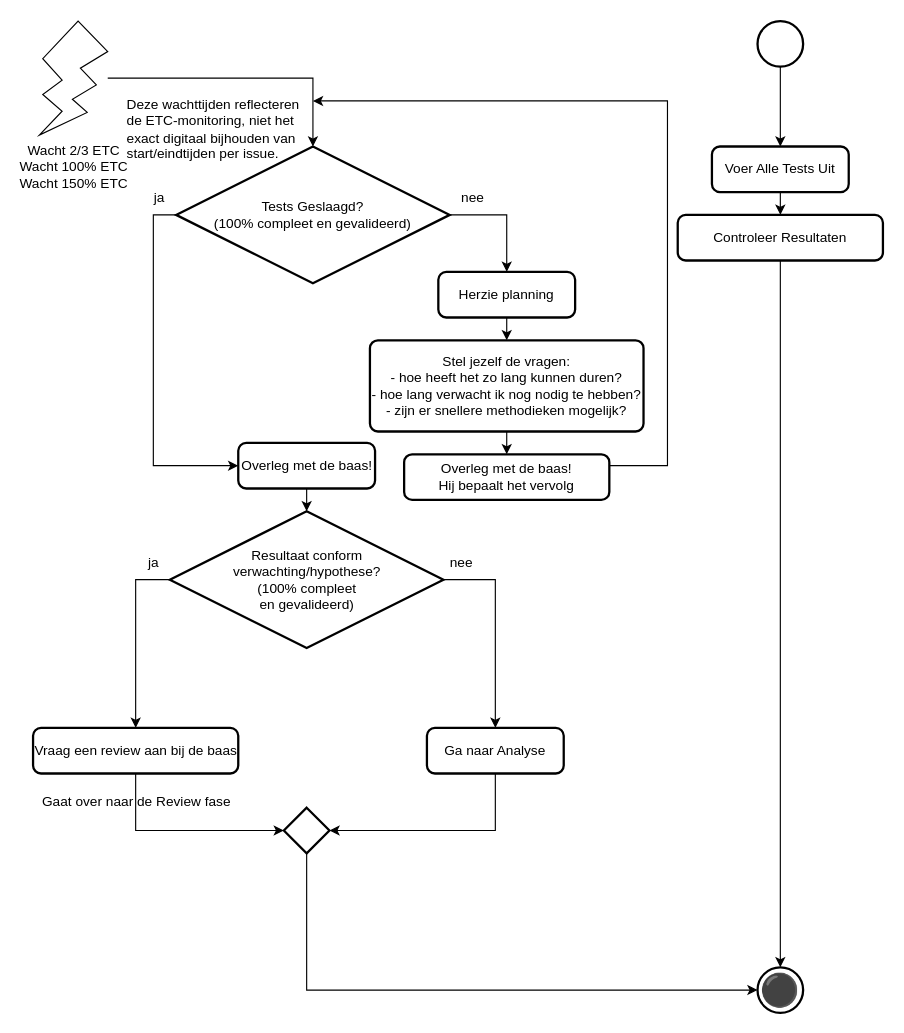
Above: 5 Issue Tracker test.drawio in Zaibatsu89/IssueTracker (draw.io), before the change. Source tidied: cells renumbered, new cells numbered last; positions are measured from the earlier drawing's top-left corner, leaving out a move shared by most shapes. Both pictures are drawn from the tidied source at 114%, with x=0, y=0 at pixel (32, 21).
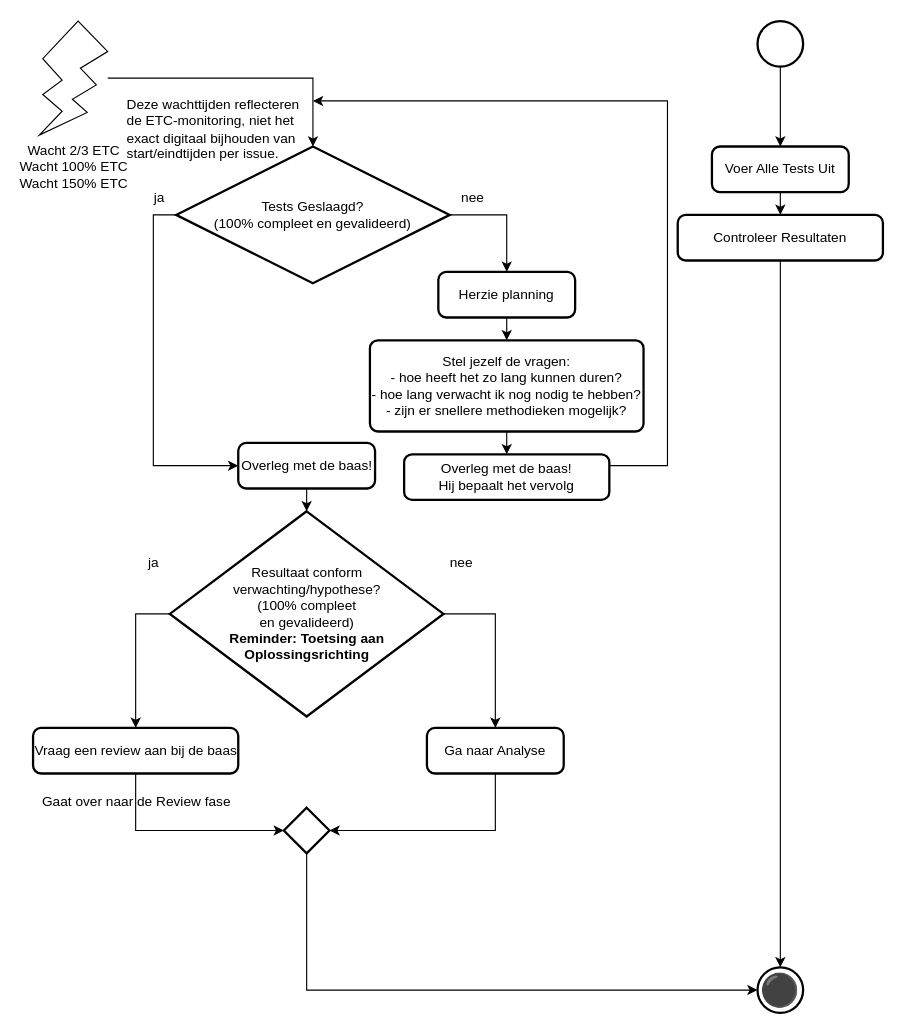
Above is the later version.

Commit message (it also covers changes not shown here):
test tegen de opdracht -> implementeer herinnering aan oplossingsrichting van flowchart in checklist

Change to the diagram source:
```diff
@@
-    <mxCell id="16" value="Resultaat conform&lt;br&gt;verwachting/hypothese?&lt;div&gt;(100% compleet&lt;/div&gt;&lt;div&gt;en gevalideerd)&lt;/div&gt;" style="strokeWidth=2;html=1;shape=mxgraph.flowchart.decision;whiteSpace=wrap;" parent="1" vertex="1">
-      <mxGeometry x="120.5" y="430" width="240" height="120" as="geometry" />
+    <mxCell id="16" value="Resultaat conform&lt;br&gt;verwachting/hypothese?&lt;div&gt;(100% compleet&lt;/div&gt;&lt;div&gt;en gevalideerd)&lt;br&gt;&lt;b&gt;Reminder: Toetsing aan Oplossingsrichting&lt;/b&gt;&lt;/div&gt;" style="strokeWidth=2;html=1;shape=mxgraph.flowchart.decision;whiteSpace=wrap;" parent="1" vertex="1">
+      <mxGeometry x="120.5" y="430" width="240" height="180" as="geometry" />
     </mxCell>
```
